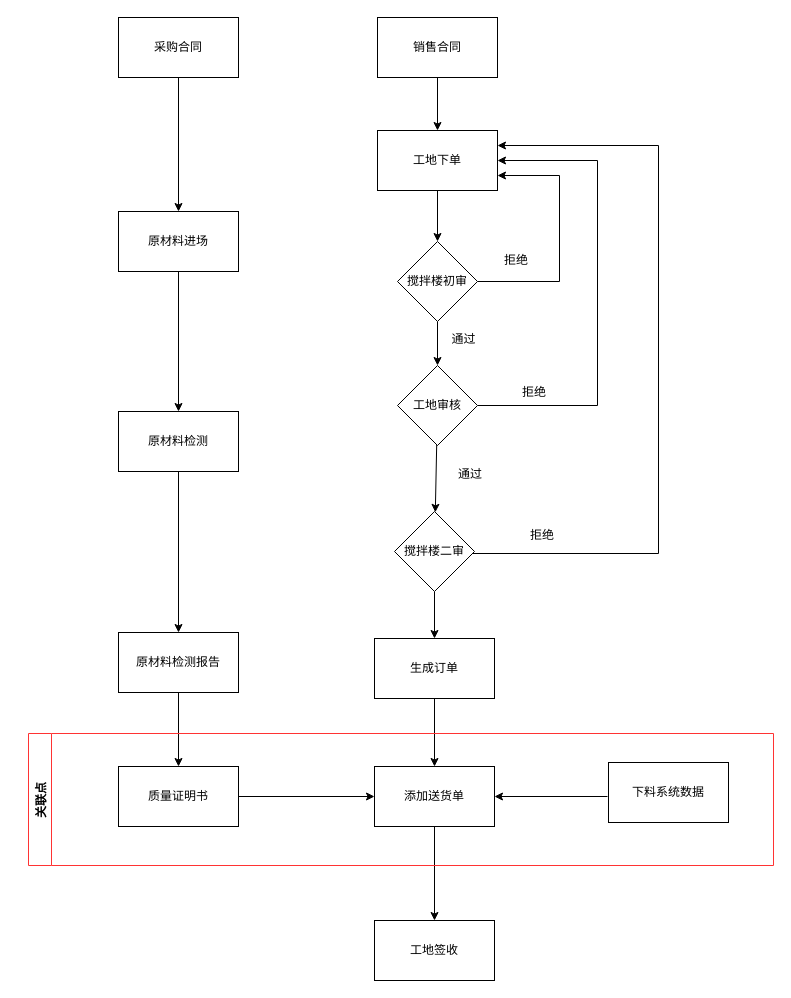
Napoleon1234/Draw keeps this draw.io diagram as hnt/ztg/完整流程.drawio. Above is the earlier version. Source tidied: cells renumbered, new cells numbered last; positions are measured from the earlier drawing's top-left corner, leaving out a move shared by most shapes. Both pictures are drawn from the tidied source at 100%, with x=0, y=0 at pixel (28, 17).
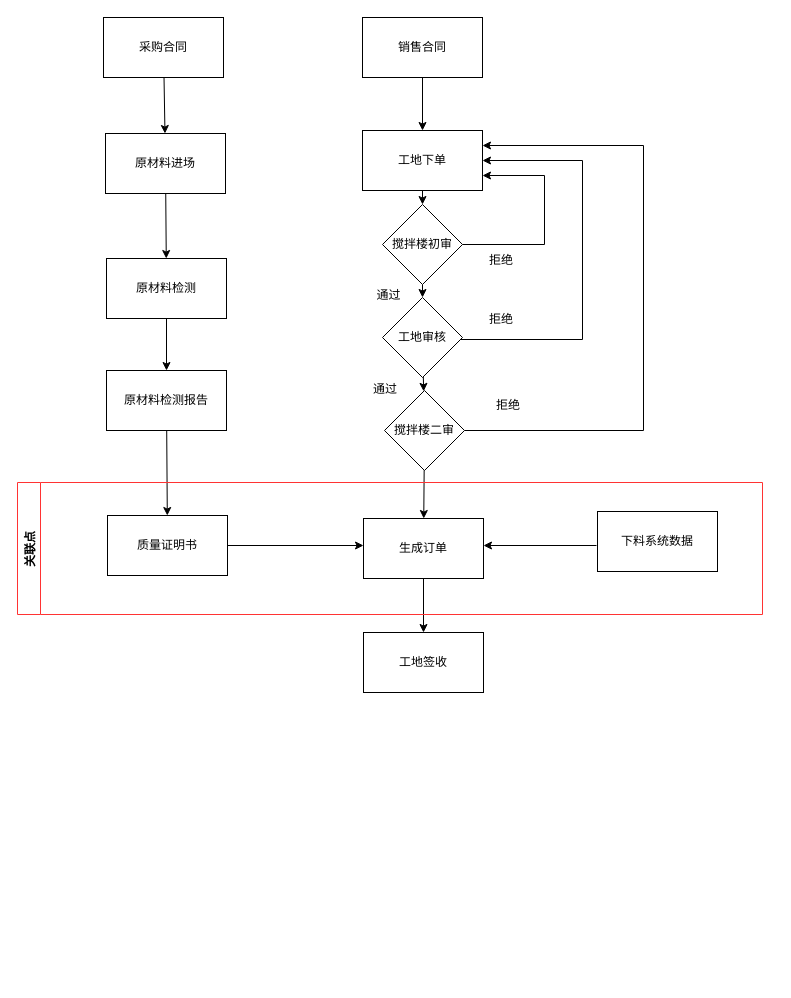
After the change.

What changed in the source:
```diff
@@
     <mxCell id="3" value="&lt;font color=&quot;#000000&quot;&gt;采购合同&lt;/font&gt;" style="rounded=0;whiteSpace=wrap;html=1;strokeColor=#000000;fillColor=#FFFFFF;" parent="1" vertex="1">
-      <mxGeometry x="90" width="120" height="60" as="geometry" />
+      <mxGeometry x="75" width="120" height="60" as="geometry" />
     </mxCell>
@@
     <mxCell id="5" value="&lt;font color=&quot;#000000&quot;&gt;原材料进场&lt;/font&gt;" style="rounded=0;whiteSpace=wrap;html=1;strokeColor=#000000;fillColor=#FFFFFF;" parent="1" vertex="1">
-      <mxGeometry x="90" y="194" width="120" height="60" as="geometry" />
+      <mxGeometry x="77" y="116" width="120" height="60" as="geometry" />
     </mxCell>
@@
     <mxCell id="7" value="原材料检测" style="rounded=0;whiteSpace=wrap;html=1;fontColor=#000000;strokeColor=#000000;fillColor=#FFFFFF;" parent="1" vertex="1">
-      <mxGeometry x="90" y="394" width="120" height="60" as="geometry" />
+      <mxGeometry x="78" y="241" width="120" height="60" as="geometry" />
     </mxCell>
@@
     <mxCell id="9" value="原材料检测报告" style="rounded=0;whiteSpace=wrap;html=1;fontColor=#000000;strokeColor=#000000;fillColor=#FFFFFF;" parent="1" vertex="1">
-      <mxGeometry x="90" y="615" width="120" height="60" as="geometry" />
+      <mxGeometry x="78" y="353" width="120" height="60" as="geometry" />
     </mxCell>
@@
     <mxCell id="11" value="销售合同" style="rounded=0;whiteSpace=wrap;html=1;fontColor=#000000;strokeColor=#000000;fillColor=#FFFFFF;" parent="1" vertex="1">
-      <mxGeometry x="349" width="120" height="60" as="geometry" />
+      <mxGeometry x="334" width="120" height="60" as="geometry" />
     </mxCell>
@@
     <mxCell id="13" value="工地下单" style="rounded=0;whiteSpace=wrap;html=1;fontColor=#000000;strokeColor=#000000;fillColor=#FFFFFF;" parent="1" vertex="1">
-      <mxGeometry x="349" y="113" width="120" height="60" as="geometry" />
+      <mxGeometry x="334" y="113" width="120" height="60" as="geometry" />
     </mxCell>
@@
     <mxCell id="15" style="edgeStyle=orthogonalEdgeStyle;rounded=0;jettySize=auto;html=1;entryX=1;entryY=0.75;entryDx=0;entryDy=0;" parent="1" edge="1" source="16" target="13">
       <mxGeometry relative="1" as="geometry">
         <Array as="points">
-          <mxPoint x="531" y="264" />
-          <mxPoint x="531" y="158" />
+          <mxPoint x="516" y="227" />
+          <mxPoint x="516" y="158" />
         </Array>
       </mxGeometry>
     </mxCell>
     <mxCell id="16" value="搅拌楼初审" style="rhombus;whiteSpace=wrap;html=1;fontColor=#000000;strokeColor=#000000;fillColor=#FFFFFF;" parent="1" vertex="1">
-      <mxGeometry x="369" y="224" width="80" height="80" as="geometry" />
+      <mxGeometry x="354" y="187" width="80" height="80" as="geometry" />
     </mxCell>
@@
     <mxCell id="18" style="edgeStyle=orthogonalEdgeStyle;rounded=0;jettySize=auto;html=1;entryX=1;entryY=0.5;entryDx=0;entryDy=0;" parent="1" edge="1" source="19" target="13">
       <mxGeometry relative="1" as="geometry">
         <Array as="points">
-          <mxPoint x="569" y="388" />
-          <mxPoint x="569" y="143" />
+          <mxPoint x="554" y="322" />
+          <mxPoint x="554" y="143" />
         </Array>
       </mxGeometry>
     </mxCell>
     <mxCell id="19" value="工地审核" style="rhombus;whiteSpace=wrap;html=1;fontColor=#000000;strokeColor=#000000;fillColor=#FFFFFF;" parent="1" vertex="1">
-      <mxGeometry x="369" y="348" width="80" height="80" as="geometry" />
+      <mxGeometry x="354" y="280" width="80" height="80" as="geometry" />
     </mxCell>
@@
     <mxCell id="21" style="edgeStyle=orthogonalEdgeStyle;rounded=0;jettySize=auto;html=1;entryX=1;entryY=0.25;entryDx=0;entryDy=0;" parent="1" edge="1" source="22" target="13">
       <mxGeometry relative="1" as="geometry">
         <Array as="points">
-          <mxPoint x="630" y="536" />
-          <mxPoint x="630" y="128" />
+          <mxPoint x="615" y="413" />
+          <mxPoint x="615" y="128" />
         </Array>
       </mxGeometry>
     </mxCell>
     <mxCell id="22" value="搅拌楼二审" style="rhombus;whiteSpace=wrap;html=1;fontColor=#000000;strokeColor=#000000;fillColor=#FFFFFF;" parent="1" vertex="1">
-      <mxGeometry x="366" y="494" width="80" height="80" as="geometry" />
+      <mxGeometry x="356" y="373" width="80" height="80" as="geometry" />
     </mxCell>
     <mxCell id="23" value="通过" style="text;html=1;strokeColor=none;fillColor=none;align=center;verticalAlign=middle;whiteSpace=wrap;rounded=0;fontColor=#000000;" parent="1" vertex="1">
-      <mxGeometry x="409" y="307" width="53" height="30" as="geometry" />
+      <mxGeometry x="334" y="263" width="53" height="30" as="geometry" />
     </mxCell>
     <mxCell id="24" value="拒绝" style="text;html=1;strokeColor=none;fillColor=none;align=center;verticalAlign=middle;whiteSpace=wrap;rounded=0;fontColor=#000000;" parent="1" vertex="1">
-      <mxGeometry x="476" y="360" width="60" height="30" as="geometry" />
+      <mxGeometry x="443" y="287" width="60" height="30" as="geometry" />
     </mxCell>
     <mxCell id="25" value="拒绝" style="text;html=1;strokeColor=none;fillColor=none;align=center;verticalAlign=middle;whiteSpace=wrap;rounded=0;fontColor=#000000;" parent="1" vertex="1">
-      <mxGeometry x="484" y="503" width="60" height="30" as="geometry" />
+      <mxGeometry x="450" y="373" width="60" height="30" as="geometry" />
     </mxCell>
     <mxCell id="26" value="拒绝" style="text;html=1;strokeColor=none;fillColor=none;align=center;verticalAlign=middle;whiteSpace=wrap;rounded=0;fontColor=#000000;" parent="1" vertex="1">
-      <mxGeometry x="458" y="228" width="60" height="30" as="geometry" />
+      <mxGeometry x="443" y="228" width="60" height="30" as="geometry" />
     </mxCell>
-    <mxCell id="27" style="edgeStyle=none;html=1;fontColor=#CC0000;strokeColor=#000000;" parent="1" edge="1" source="28" target="34">
-      <mxGeometry relative="1" as="geometry" />
+    <mxCell id="27" style="edgeStyle=none;html=1;fontColor=#CC0000;strokeColor=#000000;" parent="1" edge="1" target="34">
+      <mxGeometry relative="1" as="geometry">
+        <mxPoint x="395" y="558" as="sourcePoint" />
+      </mxGeometry>
     </mxCell>
-    <mxCell id="28" value="添加送货单" style="rounded=0;whiteSpace=wrap;html=1;fontColor=#000000;strokeColor=#000000;fillColor=#FFFFFF;" parent="1" vertex="1">
-      <mxGeometry x="346" y="749" width="120" height="60" as="geometry" />
-    </mxCell>
-    <mxCell id="29" style="edgeStyle=none;html=1;fontColor=#000000;strokeColor=#000000;" parent="1" edge="1" target="28">
+    <mxCell id="29" style="edgeStyle=none;html=1;fontColor=#000000;strokeColor=#000000;" parent="1" edge="1">
       <mxGeometry relative="1" as="geometry">
-        <mxPoint x="579" y="779" as="sourcePoint" />
+        <mxPoint x="568" y="528" as="sourcePoint" />
+        <mxPoint x="455" y="528" as="targetPoint" />
       </mxGeometry>
     </mxCell>
-    <mxCell id="30" style="edgeStyle=none;html=1;fontColor=#000000;strokeColor=#000000;" parent="1" edge="1" source="31" target="28">
-      <mxGeometry relative="1" as="geometry" />
+    <mxCell id="30" style="edgeStyle=none;html=1;fontColor=#000000;strokeColor=#000000;" parent="1" edge="1" source="31">
+      <mxGeometry relative="1" as="geometry">
+        <mxPoint x="335" y="528" as="targetPoint" />
+      </mxGeometry>
     </mxCell>
     <mxCell id="31" value="质量证明书" style="rounded=0;whiteSpace=wrap;html=1;fontColor=#000000;strokeColor=#000000;fillColor=#FFFFFF;" parent="1" vertex="1">
-      <mxGeometry x="90" y="749" width="120" height="60" as="geometry" />
+      <mxGeometry x="79" y="498" width="120" height="60" as="geometry" />
     </mxCell>
-    <mxCell id="32" style="edgeStyle=none;html=1;fontColor=#000000;strokeColor=#000000;" parent="1" edge="1" source="33" target="28">
-      <mxGeometry relative="1" as="geometry" />
-    </mxCell>
-    <mxCell id="33" value="生成订单" style="rounded=0;whiteSpace=wrap;html=1;fontColor=#000000;strokeColor=#000000;fillColor=#FFFFFF;" parent="1" vertex="1">
-      <mxGeometry x="346" y="621" width="120" height="60" as="geometry" />
-    </mxCell>
     <mxCell id="34" value="&lt;font color=&quot;#000000&quot;&gt;工地签收&lt;/font&gt;" style="rounded=0;whiteSpace=wrap;html=1;fontColor=#CC0000;strokeColor=#000000;fillColor=#FFFFFF;" parent="1" vertex="1">
-      <mxGeometry x="346" y="903" width="120" height="60" as="geometry" />
+      <mxGeometry x="335" y="615" width="120" height="60" as="geometry" />
     </mxCell>
     <mxCell id="35" value="通过" style="text;html=1;strokeColor=none;fillColor=none;align=center;verticalAlign=middle;whiteSpace=wrap;rounded=0;fontColor=#000000;" parent="1" vertex="1">
-      <mxGeometry x="412" y="442" width="60" height="30" as="geometry" />
+      <mxGeometry x="327" y="357" width="60" height="30" as="geometry" />
     </mxCell>
     <mxCell id="36" value="关联点" style="swimlane;horizontal=0;startSize=23;strokeColor=#FF3333;" parent="1" vertex="1">
-      <mxGeometry y="716" width="745" height="132" as="geometry" />
+      <mxGeometry x="-11" y="465" width="745" height="132" as="geometry" />
     </mxCell>
@@
+    <mxCell id="33" value="生成订单" style="rounded=0;whiteSpace=wrap;html=1;fontColor=#000000;strokeColor=#000000;fillColor=#FFFFFF;" parent="36" vertex="1">
+      <mxGeometry x="346" y="36" width="120" height="60" as="geometry" />
+    </mxCell>
```
